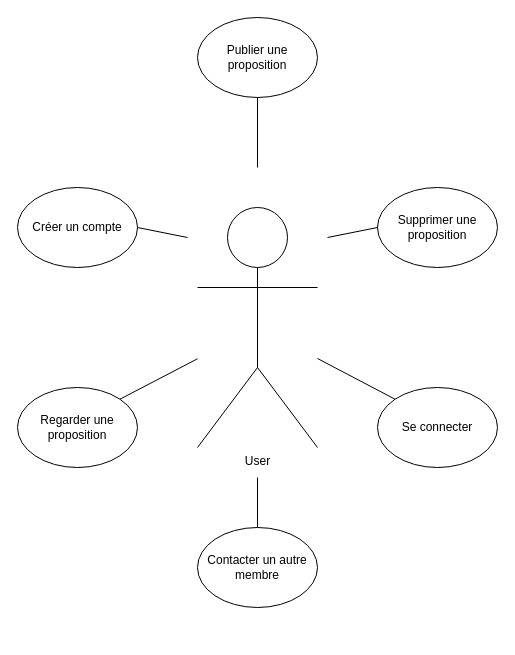
Earlier version of the draw.io diagram Use case/UseCase.drawio (Beusis/Projet-WEB). Source tidied: cells renumbered, new cells numbered last; positions are measured from the earlier drawing's top-left corner, leaving out a move shared by most shapes. Both pictures are drawn from the tidied source at 100%, with x=0, y=0 at pixel (17, 17).
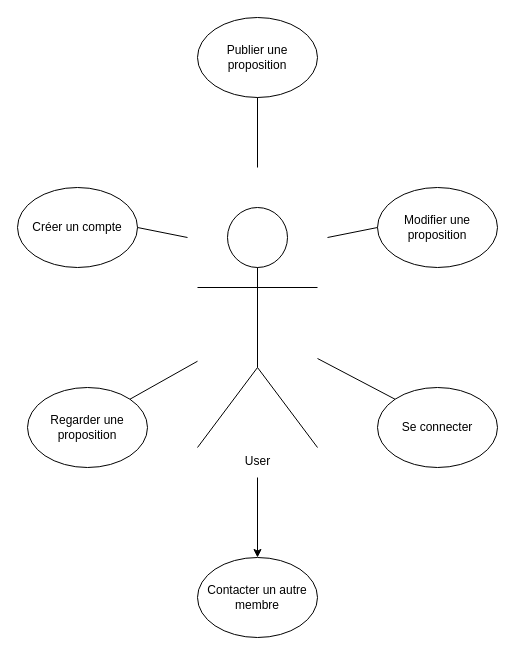
The same diagram, later.

The edit, as a diff of the source:
```diff
@@
 <mxGraphModel>
   <root>
     <mxCell id="0" />
     <mxCell id="1" parent="0" />
     <mxCell id="2" value="User" style="shape=umlActor;verticalLabelPosition=bottom;verticalAlign=top;html=1;outlineConnect=0;" parent="1" vertex="1">
       <mxGeometry x="180" y="190" width="120" height="240" as="geometry" />
     </mxCell>
     <mxCell id="3" value="Se connecter" style="ellipse;whiteSpace=wrap;html=1;" parent="1" vertex="1">
       <mxGeometry x="360" y="370" width="120" height="80" as="geometry" />
     </mxCell>
     <mxCell id="4" value="Créer un compte" style="ellipse;whiteSpace=wrap;html=1;" parent="1" vertex="1">
       <mxGeometry y="170" width="120" height="80" as="geometry" />
     </mxCell>
     <mxCell id="5" value="Regarder une proposition" style="ellipse;whiteSpace=wrap;html=1;" parent="1" vertex="1">
-      <mxGeometry y="370" width="120" height="80" as="geometry" />
+      <mxGeometry x="10" y="370" width="120" height="80" as="geometry" />
     </mxCell>
     <mxCell id="6" value="Publier une proposition" style="ellipse;whiteSpace=wrap;html=1;" parent="1" vertex="1">
       <mxGeometry x="180" width="120" height="80" as="geometry" />
     </mxCell>
-    <mxCell id="7" value="Supprimer une proposition" style="ellipse;whiteSpace=wrap;html=1;" parent="1" vertex="1">
+    <mxCell id="7" value="Modifier une proposition" style="ellipse;whiteSpace=wrap;html=1;" parent="1" vertex="1">
       <mxGeometry x="360" y="170" width="120" height="80" as="geometry" />
     </mxCell>
     <mxCell id="8" value="Contacter un autre membre" style="ellipse;whiteSpace=wrap;html=1;" parent="1" vertex="1">
-      <mxGeometry x="180" y="510" width="120" height="80" as="geometry" />
+      <mxGeometry x="180" y="540" width="120" height="80" as="geometry" />
     </mxCell>
     <mxCell id="9" style="endArrow=none;html=1;entryX=1;entryY=0.5;entryDx=0;entryDy=0;" parent="1" edge="1" target="4">
       <mxGeometry relative="1" as="geometry">
         <mxPoint x="170" y="220" as="sourcePoint" />
       </mxGeometry>
     </mxCell>
     <mxCell id="10" style="endArrow=none;html=1;entryX=0.5;entryY=1;entryDx=0;entryDy=0;" parent="1" edge="1" target="6">
       <mxGeometry relative="1" as="geometry">
         <mxPoint x="240" y="150" as="sourcePoint" />
       </mxGeometry>
     </mxCell>
     <mxCell id="11" style="endArrow=none;html=1;entryX=0;entryY=0.5;entryDx=0;entryDy=0;" parent="1" edge="1" target="7">
       <mxGeometry relative="1" as="geometry">
         <mxPoint x="310" y="220" as="sourcePoint" />
       </mxGeometry>
     </mxCell>
     <mxCell id="12" style="endArrow=none;html=1;entryX=1;entryY=0;entryDx=0;entryDy=0;" parent="1" edge="1" source="2" target="5">
       <mxGeometry relative="1" as="geometry" />
     </mxCell>
-    <mxCell id="13" style="endArrow=none;html=1;entryX=0.5;entryY=0;entryDx=0;entryDy=0;" parent="1" edge="1" target="8">
-      <mxGeometry relative="1" as="geometry">
-        <mxPoint x="240" y="460" as="sourcePoint" />
-      </mxGeometry>
-    </mxCell>
     <mxCell id="14" style="endArrow=none;html=1;entryX=0;entryY=0;entryDx=0;entryDy=0;" parent="1" edge="1" target="3">
       <mxGeometry relative="1" as="geometry">
         <mxPoint x="300" y="341" as="sourcePoint" />
       </mxGeometry>
     </mxCell>
+    <mxCell id="15" style="endArrow=classic;html=1;entryX=0.5;entryY=0;entryDx=0;entryDy=0;" parent="1" edge="1" target="8">
+      <mxGeometry relative="1" as="geometry">
+        <mxPoint x="240" y="460" as="sourcePoint" />
+      </mxGeometry>
+    </mxCell>
   </root>
 </mxGraphModel>
```
